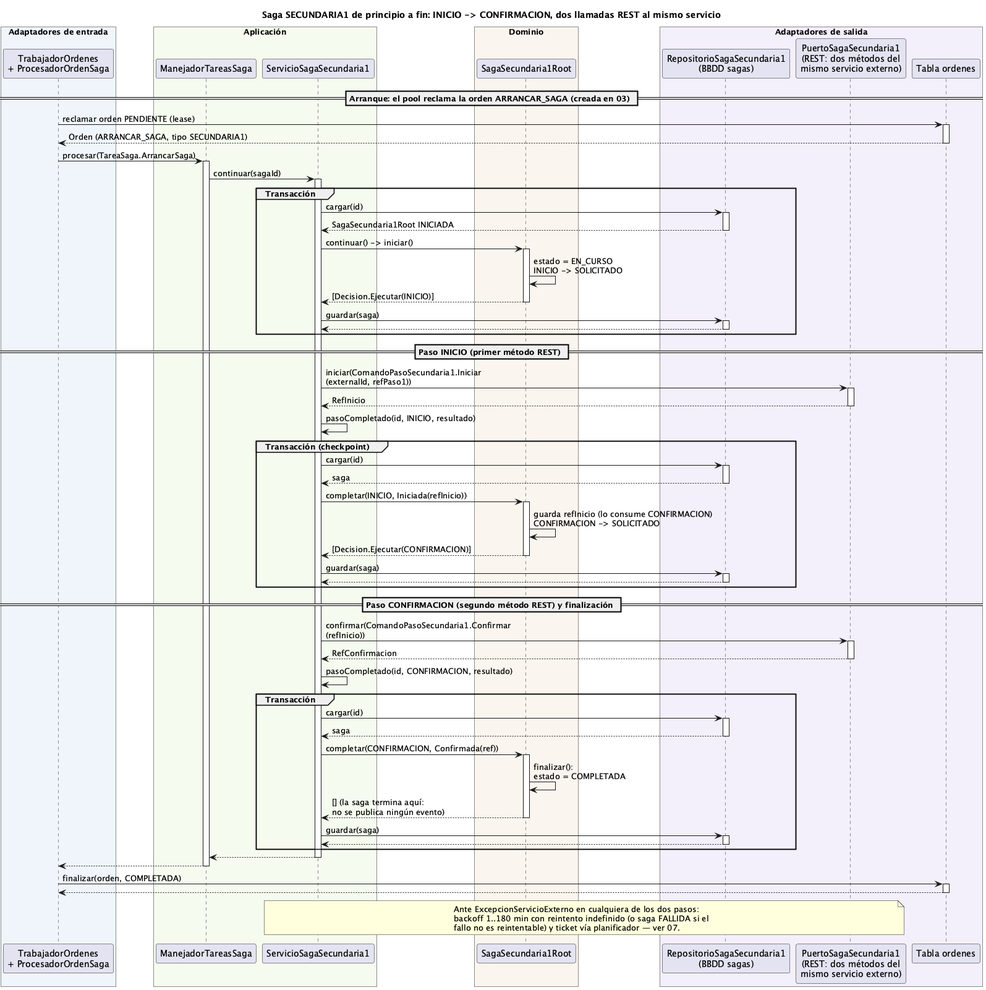
The PlantUML diagram order-manager/docs/04-saga-secundaria1.png in ralcazar/patrones, before a commit. The source it was exported from:
```plantuml
@startuml 04-saga-secundaria1
title Saga SECUNDARIA1 de principio a fin: INICIO -> CONFIRMACION, dos llamadas REST al mismo servicio

box "Adaptadores de entrada" #EFF5FB
  participant "TrabajadorOrdenes\n+ ProcesadorOrdenSaga" as TRAB
end box
box "Aplicación" #F5FBEF
  participant "ManejadorTareasSaga" as MANEJ
  participant "ServicioSagaSecundaria1" as SSEC
end box
box "Dominio" #FBF5EF
  participant "SagaSecundaria1Root" as SAGA
end box
box "Adaptadores de salida" #F3EFFB
  participant "RepositorioSagaSecundaria1\n(BBDD sagas)" as REPOS
  participant "PuertoSagaSecundaria1\n(REST: dos métodos del\nmismo servicio externo)" as PSEC
  participant "Tabla ordenes" as ORD
end box

== Arranque: el pool reclama la orden ARRANCAR_SAGA (creada en 03) ==
TRAB -> ORD ++ : reclamar orden PENDIENTE (lease)
return Orden (ARRANCAR_SAGA, tipo SECUNDARIA1)
TRAB -> MANEJ ++ : procesar(TareaSaga.ArrancarSaga)
MANEJ -> SSEC ++ : continuar(sagaId)
group Transacción
  SSEC -> REPOS ++ : cargar(id)
  return SagaSecundaria1Root INICIADA
  SSEC -> SAGA ++ : continuar() -> iniciar()
  SAGA -> SAGA : estado = EN_CURSO\nINICIO -> SOLICITADO
  return [Decision.Ejecutar(INICIO)]
  SSEC -> REPOS ++ : guardar(saga)
  return
end

== Paso INICIO (primer método REST) ==
SSEC -> PSEC ++ : iniciar(ComandoPasoSecundaria1.Iniciar\n(externalId, refPaso1))
return RefInicio
SSEC -> SSEC : pasoCompletado(id, INICIO, resultado)
group Transacción (checkpoint)
  SSEC -> REPOS ++ : cargar(id)
  return saga
  SSEC -> SAGA ++ : completar(INICIO, Iniciada(refInicio))
  SAGA -> SAGA : guarda refInicio (lo consume CONFIRMACION)\nCONFIRMACION -> SOLICITADO
  return [Decision.Ejecutar(CONFIRMACION)]
  SSEC -> REPOS ++ : guardar(saga)
  return
end

== Paso CONFIRMACION (segundo método REST) y finalización ==
SSEC -> PSEC ++ : confirmar(ComandoPasoSecundaria1.Confirmar\n(refInicio))
return RefConfirmacion
SSEC -> SSEC : pasoCompletado(id, CONFIRMACION, resultado)
group Transacción
  SSEC -> REPOS ++ : cargar(id)
  return saga
  SSEC -> SAGA ++ : completar(CONFIRMACION, Confirmada(ref))
  SAGA -> SAGA : finalizar():\nestado = COMPLETADA
  return [] (la saga termina aquí:\nno se publica ningún evento)
  SSEC -> REPOS ++ : guardar(saga)
  return
end
return
return
TRAB -> ORD ++ : finalizar(orden, COMPLETADA)
return

note over SSEC, PSEC
  Ante ExcepcionServicioExterno en cualquiera de los dos pasos:
  backoff 1..180 min con reintento indefinido (o saga FALLIDA si el
  fallo no es reintentable) y ticket vía planificador — ver 07.
end note
@enduml
```
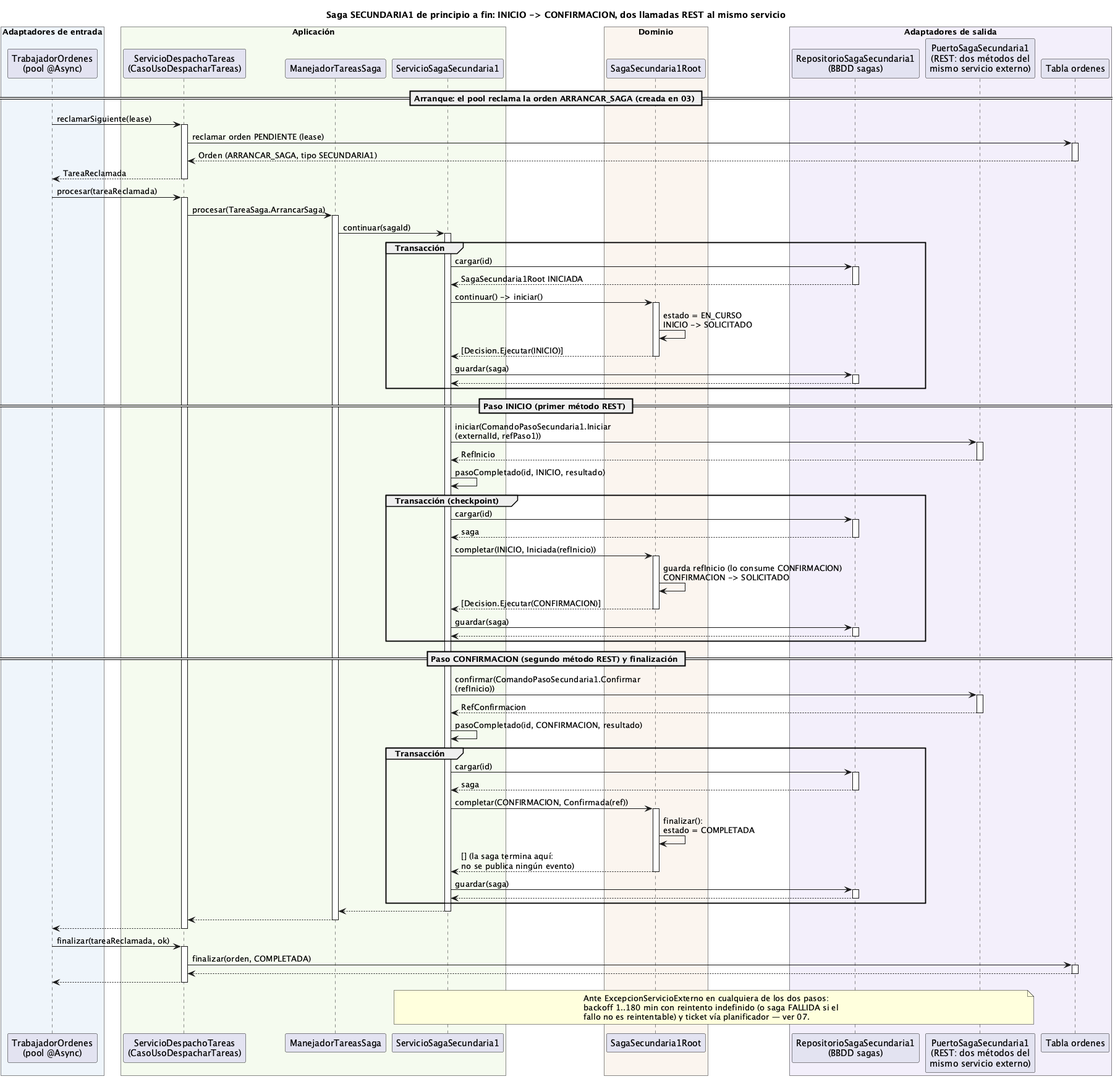
After the commit.

Change to the diagram source:
```diff
@@ -2,9 +2,10 @@
 title Saga SECUNDARIA1 de principio a fin: INICIO -> CONFIRMACION, dos llamadas REST al mismo servicio
 
 box "Adaptadores de entrada" #EFF5FB
-  participant "TrabajadorOrdenes\n+ ProcesadorOrdenSaga" as TRAB
+  participant "TrabajadorOrdenes\n(pool @Async)" as TRAB
 end box
 box "Aplicación" #F5FBEF
+  participant "ServicioDespachoTareas\n(CasoUsoDespacharTareas)" as DESP
   participant "ManejadorTareasSaga" as MANEJ
   participant "ServicioSagaSecundaria1" as SSEC
 end box
@@ -18,9 +19,12 @@
 end box
 
 == Arranque: el pool reclama la orden ARRANCAR_SAGA (creada en 03) ==
-TRAB -> ORD ++ : reclamar orden PENDIENTE (lease)
+TRAB -> DESP ++ : reclamarSiguiente(lease)
+DESP -> ORD ++ : reclamar orden PENDIENTE (lease)
 return Orden (ARRANCAR_SAGA, tipo SECUNDARIA1)
-TRAB -> MANEJ ++ : procesar(TareaSaga.ArrancarSaga)
+return TareaReclamada
+TRAB -> DESP ++ : procesar(tareaReclamada)
+DESP -> MANEJ ++ : procesar(TareaSaga.ArrancarSaga)
 MANEJ -> SSEC ++ : continuar(sagaId)
 group Transacción
   SSEC -> REPOS ++ : cargar(id)
@@ -61,7 +65,10 @@
 end
 return
 return
-TRAB -> ORD ++ : finalizar(orden, COMPLETADA)
+return
+TRAB -> DESP ++ : finalizar(tareaReclamada, ok)
+DESP -> ORD ++ : finalizar(orden, COMPLETADA)
+return
 return
 
 note over SSEC, PSEC
```
